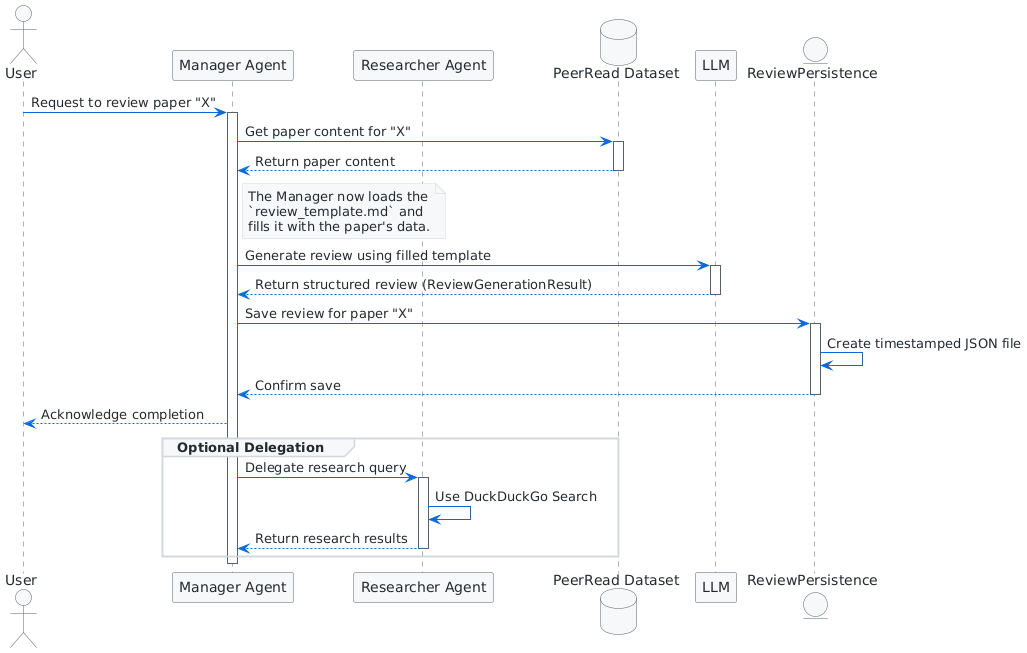
Before: assets/images/MAS-review-workflow-light.png, a diagram exported from PlantUML (qte77/Agents-eval).
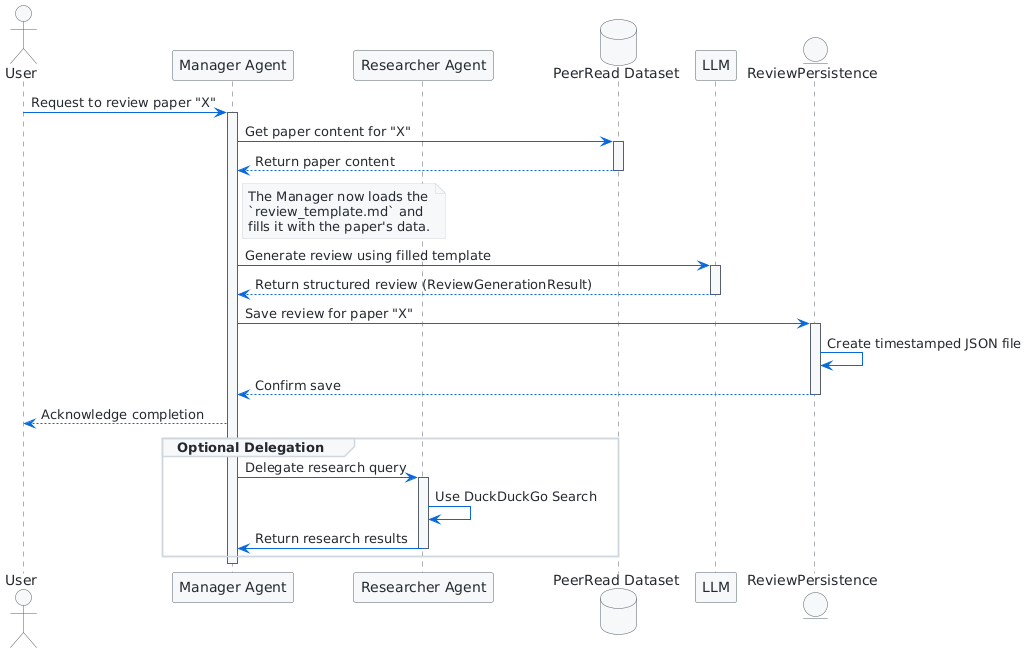
The same file after the commit.

Commit message:
feat(docs): Update PlantUML diagrams for MAS review workflow with improved styling and activation colors using CSS

What changed in the source:
```diff
@@ -1,36 +1,46 @@
 @startuml
 
-skinparam backgroundcolor #FFFFFF
+!define ActivationColor #F6F8FA
 
-skinparam actor {
+<style>
+  document {
+    BackgroundColor #FFFFFF
+  }
+  actor {
     BackgroundColor #F6F8FA
-    BorderColor #57606A
+    LineColor #57606A
     FontColor #24292F
-}
-skinparam participant {
+  }
+  participant {
     BackgroundColor #F6F8FA
-    BorderColor #57606A
+    LineColor #57606A
     FontColor #24292F
-}
-skinparam database {
+  }
+  database {
     BackgroundColor #F6F8FA
-    BorderColor #57606A
+    LineColor #57606A
     FontColor #24292F
-}
-skinparam entity {
+  }
+  entity {
     BackgroundColor #F6F8FA
-    BorderColor #57606A
+    LineColor #57606A
     FontColor #24292F
-}
-skinparam note {
+  }
+  note {
     BackgroundColor #F6F8FA
-    BorderColor #D0D7DE
+    LineColor #D0D7DE
     FontColor #24292F
-}
+  }
+  arrow {
+    LineColor #0969DA
+    FontColor #24292F
+  }
+  lifeLine {
+    LineColor #57606A
+  }
+</style>
+
 skinparam sequence {
-    ArrowColor #0969DA
-    ArrowFontColor #24292F
-    LifeLineBorderColor #57606A
     GroupBorderColor #D0D7DE
     GroupFontColor #24292F
     GroupHeaderFontColor #24292F
@@ -46,10 +56,10 @@
 entity "ReviewPersistence" as Persistence
 
 User -> Manager: Request to review paper "X"
-activate Manager
+activate Manager ActivationColor
 
 Manager -> DB: Get paper content for "X"
-activate DB
+activate DB ActivationColor
 DB --> Manager: Return paper content
 deactivate DB
 
@@ -60,12 +70,12 @@
 end note
 
 Manager -> LLM: Generate review using filled template
-activate LLM
+activate LLM ActivationColor
 LLM --> Manager: Return structured review (ReviewGenerationResult)
 deactivate LLM
 
 Manager -> Persistence: Save review for paper "X"
-activate Persistence
+activate Persistence ActivationColor
 Persistence -> Persistence: Create timestamped JSON file
 Persistence --> Manager: Confirm save
 deactivate Persistence
@@ -74,9 +84,9 @@
 
 group Optional Delegation
     Manager -> Researcher: Delegate research query
-    activate Researcher
+    activate Researcher ActivationColor
     Researcher -> Researcher: Use DuckDuckGo Search
-    Researcher --> Manager: Return research results
+    Researcher -> Manager: Return research results
     deactivate Researcher
 end group
 
```
